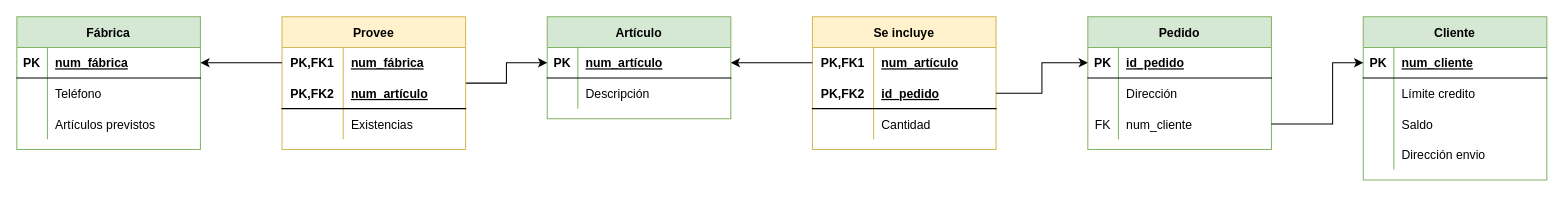
This is Tablas/Tarea 3.drawio from Carball04/Trabajos-E-R, a draw.io file, before an edit. Source tidied: cells renumbered, new cells numbered last; positions are measured from the earlier drawing's top-left corner, leaving out a move shared by most shapes. Both pictures are drawn from the tidied source at 102%, with x=0, y=0 at pixel (16, 16).
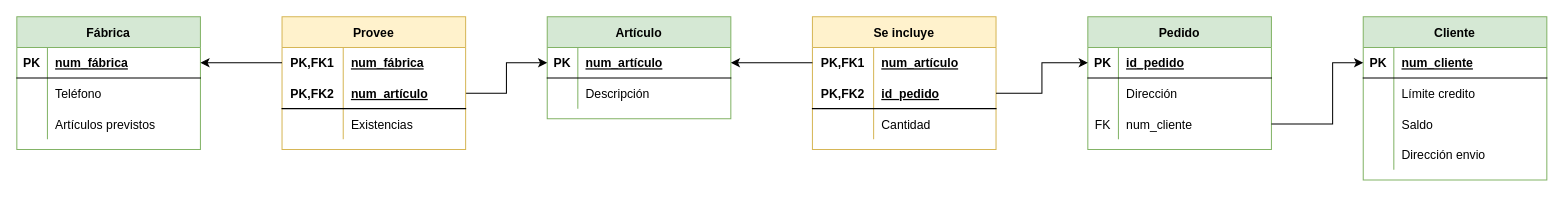
The same page after the edit.

Unchanged cells that the change refers to:
```xml
<mxCell id="3" style="shape=tableRow;horizontal=0;startSize=0;swimlaneHead=0;swimlaneBody=0;fillColor=none;points=[[0,0.5],[1,0.5]];portConstraint=eastwest;top=0;left=0;right=0;bottom=1;" parent="2" vertex="1">
  <mxGeometry y="30" width="180" height="30" as="geometry" />
</mxCell>
<mxCell id="20" value="Provee" style="shape=table;startSize=30;childLayout=tableLayout;rowLines=0;fontStyle=1;align=center;fillColor=#fff2cc;strokeColor=#d6b656;" parent="1" vertex="1">
  <mxGeometry x="260" width="180" height="130" as="geometry" />
</mxCell>
<mxCell id="24" style="shape=tableRow;horizontal=0;startSize=0;swimlaneHead=0;swimlaneBody=0;fillColor=none;points=[[0,0.5],[1,0.5]];portConstraint=eastwest;top=0;left=0;right=0;bottom=1;" parent="20" vertex="1">
  <mxGeometry y="60" width="180" height="30" as="geometry" />
</mxCell>
```

Diff of the diagram source:
```diff
@@
-    <mxCell id="19" style="edgeStyle=orthogonalEdgeStyle;rounded=0;jettySize=auto;html=1;exitX=1;exitY=0.5;exitDx=0;exitDy=0;entryX=0;entryY=0.5;entryDx=0;entryDy=0;" parent="1" edge="1" source="20" target="3">
+    <mxCell id="19" style="edgeStyle=orthogonalEdgeStyle;rounded=0;jettySize=auto;html=1;exitX=1;exitY=0.5;exitDx=0;exitDy=0;entryX=0;entryY=0.5;entryDx=0;entryDy=0;" parent="1" edge="1" source="24" target="3">
       <mxGeometry relative="1" as="geometry" />
     </mxCell>
```
